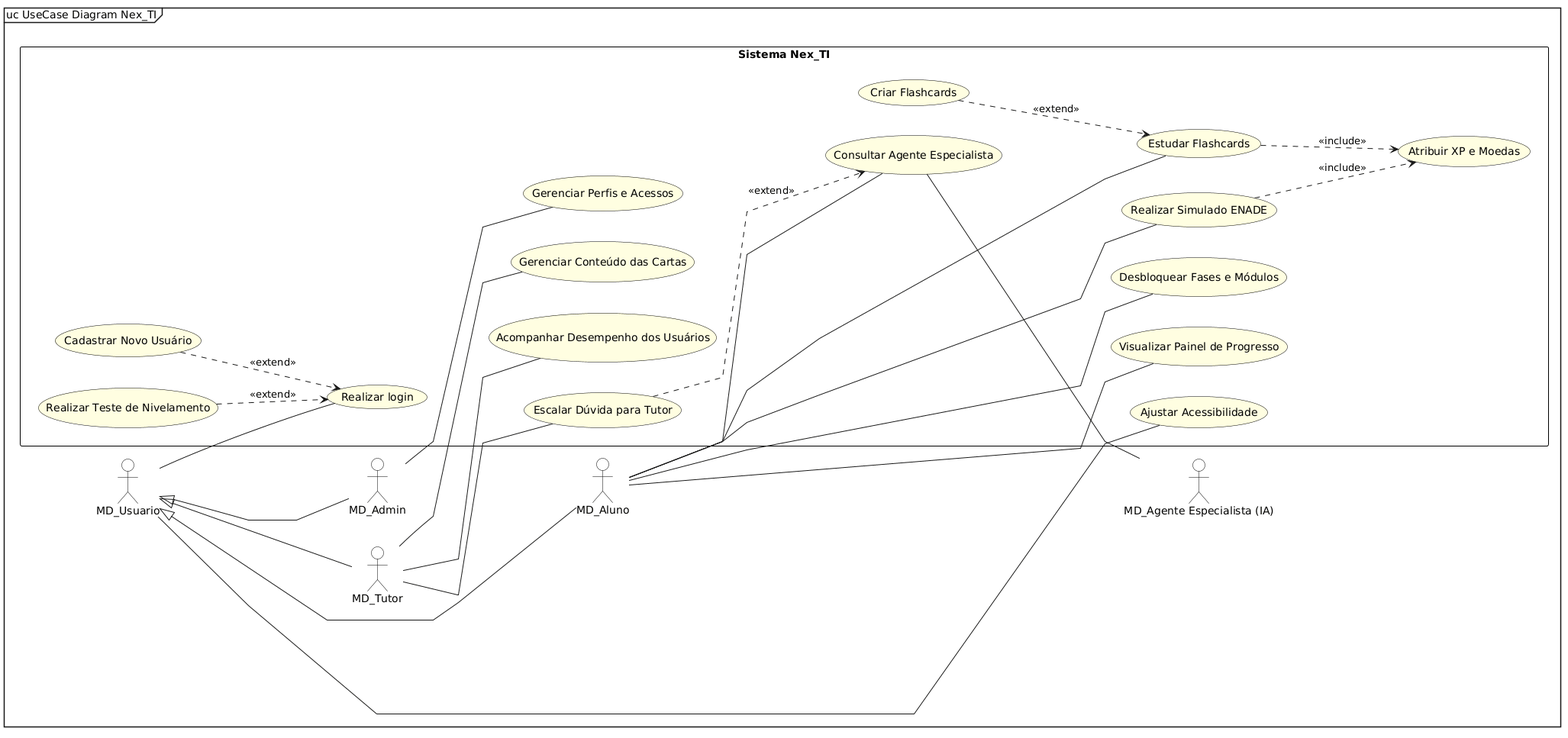
MayconDIS/PIM_III-Documentacao_UML keeps this PlantUML diagram as 03_Artefatos_Gerados/Diagrama_Casos_Uso_Global.png. Above is the earlier version.
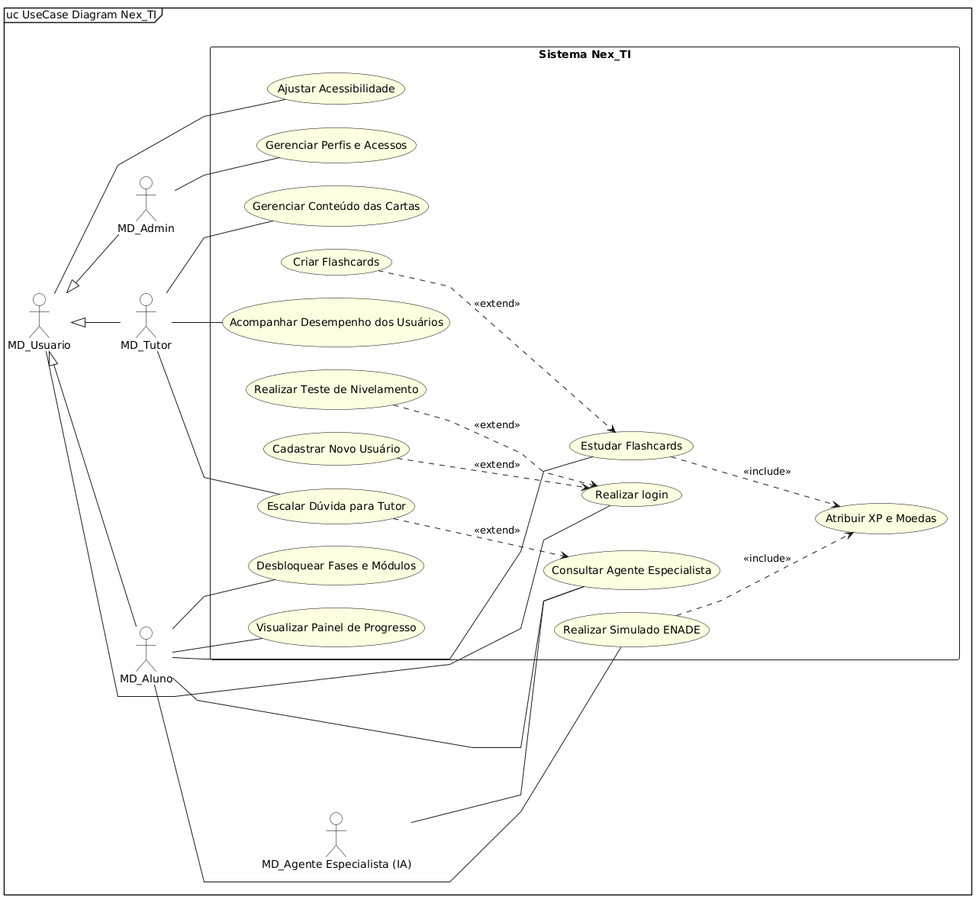
After the commit.

Commit message:
style: remove restrições de empilhamento para layout natural no PlantUML

What changed in the source:
```diff
@@ -2,6 +2,11 @@
 mainframe uc UseCase Diagram Nex_TI
 
 left to right direction
+
+skinparam linetype polyline
+skinparam nodesep 30
+skinparam ranksep 60
+skinparam shadowing false
 
 skinparam usecase {
     BackgroundColor #FFFEE1
@@ -11,64 +16,40 @@
     BackgroundColor White
     BorderColor Black
 }
-skinparam rectangle {
-    BorderColor Black
-}
-
-skinparam linetype polyline
-skinparam nodesep 40
-skinparam ranksep 80
-skinparam shadowing false
 
 actor "MD_Usuario" as Usuario
 actor "MD_Admin" as Admin
 actor "MD_Tutor" as Tutor
 actor "MD_Aluno" as Aluno
 
-Usuario <|-- Admin
-Usuario <|-- Tutor
-Usuario <|-- Aluno
+Admin -up-|> Usuario
+Tutor -up-|> Usuario
+Aluno -up-|> Usuario
 
 actor "MD_Agente Especialista (IA)" as IA
 
 rectangle "Sistema Nex_TI" {
 
-    together {
-        usecase "Realizar login" as UC_Login
-        usecase "Cadastrar Novo Usuário" as UC_Cadastrar
-        usecase "Realizar Teste de Nivelamento" as UC_Teste
-    }
+    usecase "Realizar login" as UC_Login
+    usecase "Cadastrar Novo Usuário" as UC_Cadastrar
+    usecase "Realizar Teste de Nivelamento" as UC_Teste
+    usecase "Gerenciar Perfis e Acessos" as UC_GerenciarPerfis
+    usecase "Gerenciar Conteúdo das Cartas" as UC_GerenciarConteudo
+    usecase "Acompanhar Desempenho dos Usuários" as UC_Acompanhar
+    usecase "Escalar Dúvida para Tutor" as UC_Escalar
+    usecase "Consultar Agente Especialista" as UC_Consultar
+    usecase "Estudar Flashcards" as UC_Estudar
+    usecase "Criar Flashcards" as UC_Criar
+    usecase "Realizar Simulado ENADE" as UC_Simulado
+    usecase "Atribuir XP e Moedas" as UC_Atribuir
+    usecase "Desbloquear Fases e Módulos" as UC_Desbloquear
+    usecase "Visualizar Painel de Progresso" as UC_Painel
+    usecase "Ajustar Acessibilidade" as UC_Acessibilidade
 
-    together {
-        usecase "Gerenciar Perfis e Acessos" as UC_GerenciarPerfis
-        usecase "Gerenciar Conteúdo das Cartas" as UC_GerenciarConteudo
-        usecase "Acompanhar Desempenho dos Usuários" as UC_Acompanhar
-        usecase "Escalar Dúvida para Tutor" as UC_Escalar
-    }
-
-    together {
-        usecase "Consultar Agente Especialista" as UC_Consultar
-        usecase "Estudar Flashcards" as UC_Estudar
-        usecase "Criar Flashcards" as UC_Criar
-        usecase "Atribuir XP e Moedas" as UC_Atribuir
-    }
-
-    together {
-        usecase "Realizar Simulado ENADE" as UC_Simulado
-        usecase "Desbloquear Fases e Módulos" as UC_Desbloquear
-        usecase "Visualizar Painel de Progresso" as UC_Painel
-        usecase "Ajustar Acessibilidade" as UC_Acessibilidade
-    }
-
-    UC_Login -[hidden]d- UC_GerenciarPerfis
-    UC_GerenciarPerfis -[hidden]d- UC_Consultar
-    UC_Consultar -[hidden]d- UC_Simulado
 }
 
-Tutor -[hidden]r- UC_GerenciarConteudo
-Usuario -[hidden]r- UC_Login
-
 Usuario -- UC_Login
+Usuario -- UC_Acessibilidade
 Admin -- UC_GerenciarPerfis
 Tutor -- UC_GerenciarConteudo
 Tutor -- UC_Acompanhar
@@ -78,15 +59,13 @@
 Aluno -- UC_Simulado
 Aluno -- UC_Desbloquear
 Aluno -- UC_Painel
-Usuario -- UC_Acessibilidade
 
-UC_Consultar -- IA
+IA -- UC_Consultar
 
 UC_Cadastrar ..> UC_Login : <<extend>>
 UC_Teste ..> UC_Login : <<extend>>
 UC_Escalar ..> UC_Consultar : <<extend>>
 UC_Criar ..> UC_Estudar : <<extend>>
-
 UC_Estudar ..> UC_Atribuir : <<include>>
 UC_Simulado ..> UC_Atribuir : <<include>>
 @enduml
```
